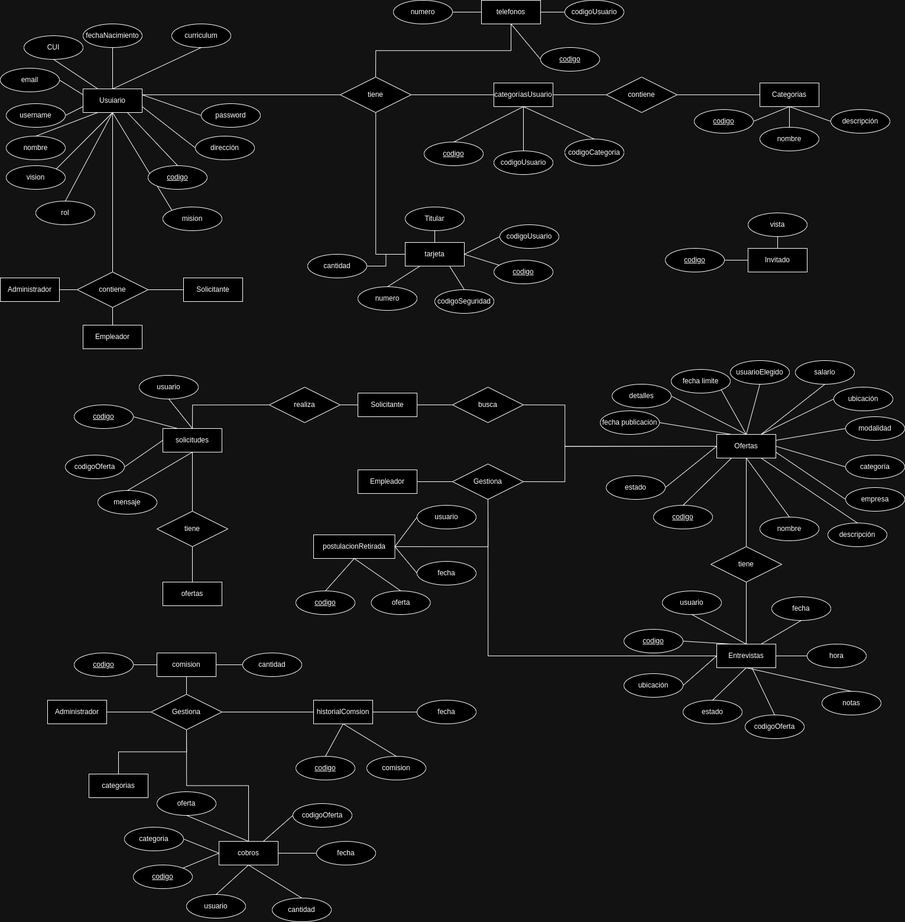
This is Base de datos.drawio.png from 117CarlosCoder/Proyecto_Final, a draw.io export, as it was before one commit. Source tidied: cells renumbered, new cells last; positions are measured from the earlier drawing's top-left corner, leaving out a move shared by most shapes.
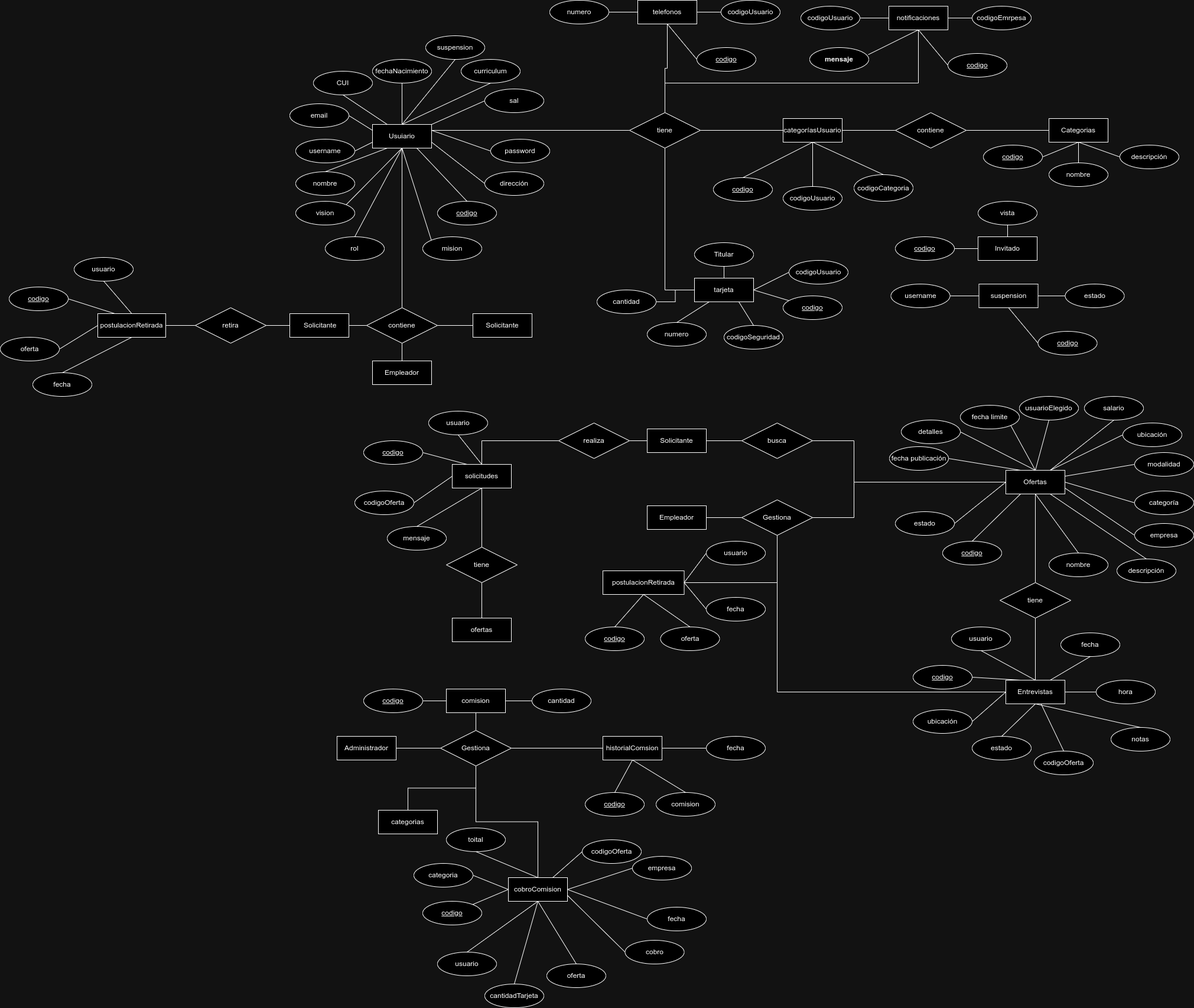
Above is the later version.

Change to the diagram source:
```diff
@@ -41,6 +41,9 @@
     <mxCell id="14" style="rounded=0;jettySize=auto;html=1;exitX=0.5;exitY=1;exitDx=0;exitDy=0;entryX=0;entryY=0;entryDx=0;entryDy=0;endArrow=none;endFill=0;" parent="1" edge="1" source="15" target="92">
       <mxGeometry relative="1" as="geometry" />
     </mxCell>
+    <mxCell id="200" style="rounded=0;jettySize=auto;html=1;exitX=1;exitY=0;exitDx=0;exitDy=0;entryX=0;entryY=0.5;entryDx=0;entryDy=0;endArrow=none;endFill=0;" parent="1" edge="1" source="15" target="201">
+      <mxGeometry relative="1" as="geometry" />
+    </mxCell>
     <mxCell id="15" value="Usuiario" style="whiteSpace=wrap;html=1;align=center;" parent="1" vertex="1">
       <mxGeometry x="140" y="150" width="100" height="40" as="geometry" />
     </mxCell>
@@ -216,10 +219,10 @@
       <mxGeometry relative="1" as="geometry" />
     </mxCell>
     <mxCell id="73" value="telefonos" style="whiteSpace=wrap;html=1;align=center;" parent="1" vertex="1">
-      <mxGeometry x="814" width="100" height="40" as="geometry" />
+      <mxGeometry x="589" y="-60" width="100" height="40" as="geometry" />
     </mxCell>
     <mxCell id="74" value="numero" style="ellipse;whiteSpace=wrap;html=1;align=center;" parent="1" vertex="1">
-      <mxGeometry x="665" width="100" height="40" as="geometry" />
+      <mxGeometry x="440" y="-60" width="100" height="40" as="geometry" />
     </mxCell>
     <mxCell id="75" style="rounded=0;jettySize=auto;html=1;exitX=0.25;exitY=0;exitDx=0;exitDy=0;entryX=1;entryY=0.5;entryDx=0;entryDy=0;endArrow=none;endFill=0;" parent="1" edge="1" source="78" target="79">
       <mxGeometry relative="1" as="geometry" />
@@ -249,10 +252,10 @@
       <mxGeometry x="835" y="440" width="100" height="40" as="geometry" />
     </mxCell>
     <mxCell id="84" value="codigo" style="ellipse;whiteSpace=wrap;html=1;align=center;fontStyle=4;" parent="1" vertex="1">
-      <mxGeometry x="914" y="80" width="100" height="40" as="geometry" />
+      <mxGeometry x="689" y="20" width="100" height="40" as="geometry" />
     </mxCell>
     <mxCell id="85" value="codigoUsuario" style="ellipse;whiteSpace=wrap;html=1;align=center;" parent="1" vertex="1">
-      <mxGeometry x="955" width="100" height="40" as="geometry" />
+      <mxGeometry x="730" y="-60" width="100" height="40" as="geometry" />
     </mxCell>
     <mxCell id="86" style="edgeStyle=orthogonalEdgeStyle;rounded=0;jettySize=auto;html=1;exitX=1;exitY=0.5;exitDx=0;exitDy=0;entryX=0;entryY=0.5;entryDx=0;entryDy=0;endArrow=none;endFill=0;" parent="1" edge="1" source="89" target="20">
       <mxGeometry relative="1" as="geometry" />
@@ -273,7 +276,7 @@
       <mxGeometry x="10" y="280" width="100" height="40" as="geometry" />
     </mxCell>
     <mxCell id="92" value="mision" style="ellipse;whiteSpace=wrap;html=1;align=center;" parent="1" vertex="1">
-      <mxGeometry x="275" y="350" width="100" height="40" as="geometry" />
+      <mxGeometry x="225" y="340" width="100" height="40" as="geometry" />
     </mxCell>
     <mxCell id="93" style="rounded=0;jettySize=auto;html=1;exitX=0.5;exitY=1;exitDx=0;exitDy=0;entryX=1;entryY=0.5;entryDx=0;entryDy=0;endArrow=none;endFill=0;" parent="1" edge="1" source="96" target="99">
       <mxGeometry relative="1" as="geometry" />
@@ -438,7 +441,7 @@
     <mxCell id="143" value="Empleador" style="whiteSpace=wrap;html=1;align=center;" parent="1" vertex="1">
       <mxGeometry x="140" y="550" width="100" height="40" as="geometry" />
     </mxCell>
-    <mxCell id="144" value="Administrador" style="whiteSpace=wrap;html=1;align=center;" parent="1" vertex="1">
+    <mxCell id="144" value="&amp;nbsp;Solicitante" style="whiteSpace=wrap;html=1;align=center;" parent="1" vertex="1">
       <mxGeometry y="470" width="100" height="40" as="geometry" />
     </mxCell>
     <mxCell id="145" style="edgeStyle=orthogonalEdgeStyle;rounded=0;jettySize=auto;html=1;exitX=1;exitY=0.5;exitDx=0;exitDy=0;entryX=0;entryY=0.5;entryDx=0;entryDy=0;endArrow=none;endFill=0;" parent="1" edge="1" source="146" target="151">
@@ -501,7 +504,7 @@
     <mxCell id="164" style="rounded=0;jettySize=auto;html=1;exitX=0.5;exitY=0;exitDx=0;exitDy=0;entryX=0.5;entryY=1;entryDx=0;entryDy=0;endArrow=none;endFill=0;" parent="1" edge="1" source="165" target="176">
       <mxGeometry relative="1" as="geometry" />
     </mxCell>
-    <mxCell id="165" value="cobros" style="whiteSpace=wrap;html=1;align=center;" parent="1" vertex="1">
+    <mxCell id="165" value="cobroComision" style="whiteSpace=wrap;html=1;align=center;" parent="1" vertex="1">
       <mxGeometry x="370" y="1424" width="100" height="40" as="geometry" />
     </mxCell>
     <mxCell id="166" style="rounded=0;jettySize=auto;html=1;entryX=0;entryY=0.5;entryDx=0;entryDy=0;endArrow=none;endFill=0;" parent="1" edge="1" source="167" target="165">
@@ -511,7 +514,7 @@
       <mxGeometry x="225" y="1464" width="100" height="40" as="geometry" />
     </mxCell>
     <mxCell id="168" value="usuario" style="ellipse;whiteSpace=wrap;html=1;align=center;" parent="1" vertex="1">
-      <mxGeometry x="315" y="1514" width="100" height="40" as="geometry" />
+      <mxGeometry x="250" y="1550" width="100" height="40" as="geometry" />
     </mxCell>
     <mxCell id="169" style="rounded=0;jettySize=auto;html=1;endArrow=none;endFill=0;exitX=0.5;exitY=0;exitDx=0;exitDy=0;entryX=0.5;entryY=1;entryDx=0;entryDy=0;" parent="1" edge="1" source="168" target="165">
       <mxGeometry relative="1" as="geometry" />
@@ -519,14 +522,14 @@
     <mxCell id="170" style="rounded=0;jettySize=auto;html=1;exitX=0.5;exitY=0;exitDx=0;exitDy=0;entryX=0.5;entryY=1;entryDx=0;entryDy=0;endArrow=none;endFill=0;" parent="1" edge="1" source="171" target="165">
       <mxGeometry relative="1" as="geometry" />
     </mxCell>
-    <mxCell id="171" value="cantidad" style="ellipse;whiteSpace=wrap;html=1;align=center;" parent="1" vertex="1">
-      <mxGeometry x="460" y="1520" width="100" height="40" as="geometry" />
+    <mxCell id="171" value="oferta" style="ellipse;whiteSpace=wrap;html=1;align=center;" parent="1" vertex="1">
+      <mxGeometry x="435" y="1570" width="100" height="40" as="geometry" />
     </mxCell>
-    <mxCell id="172" style="edgeStyle=orthogonalEdgeStyle;rounded=0;jettySize=auto;html=1;exitX=0;exitY=0.5;exitDx=0;exitDy=0;entryX=1;entryY=0.5;entryDx=0;entryDy=0;endArrow=none;endFill=0;" parent="1" edge="1" source="173" target="165">
+    <mxCell id="172" style="rounded=0;jettySize=auto;html=1;exitX=0;exitY=0.5;exitDx=0;exitDy=0;entryX=1;entryY=0.5;entryDx=0;entryDy=0;endArrow=none;endFill=0;" parent="1" edge="1" source="173" target="165">
       <mxGeometry relative="1" as="geometry" />
     </mxCell>
     <mxCell id="173" value="fecha" style="ellipse;whiteSpace=wrap;html=1;align=center;" parent="1" vertex="1">
-      <mxGeometry x="535" y="1424" width="100" height="40" as="geometry" />
+      <mxGeometry x="605" y="1474" width="100" height="40" as="geometry" />
     </mxCell>
     <mxCell id="174" value="codigoOferta" style="ellipse;whiteSpace=wrap;html=1;align=center;" parent="1" vertex="1">
       <mxGeometry x="495" y="1360" width="100" height="40" as="geometry" />
@@ -534,7 +537,7 @@
     <mxCell id="175" style="rounded=0;jettySize=auto;html=1;exitX=0;exitY=0.5;exitDx=0;exitDy=0;entryX=0.75;entryY=0;entryDx=0;entryDy=0;endArrow=none;endFill=0;" parent="1" edge="1" source="174" target="165">
       <mxGeometry relative="1" as="geometry" />
     </mxCell>
-    <mxCell id="176" value="oferta" style="ellipse;whiteSpace=wrap;html=1;align=center;" parent="1" vertex="1">
+    <mxCell id="176" value="toital" style="ellipse;whiteSpace=wrap;html=1;align=center;" parent="1" vertex="1">
       <mxGeometry x="265" y="1340" width="100" height="40" as="geometry" />
     </mxCell>
     <mxCell id="177" style="rounded=0;jettySize=auto;html=1;exitX=1;exitY=0.5;exitDx=0;exitDy=0;entryX=0;entryY=0.5;entryDx=0;entryDy=0;endArrow=none;endFill=0;" parent="1" edge="1" source="178" target="165">
@@ -544,19 +547,19 @@
       <mxGeometry x="210" y="1400" width="100" height="40" as="geometry" />
     </mxCell>
     <mxCell id="179" value="Invitado" style="whiteSpace=wrap;html=1;align=center;" parent="1" vertex="1">
-      <mxGeometry x="1265" y="420" width="100" height="40" as="geometry" />
+      <mxGeometry x="1165" y="340" width="100" height="40" as="geometry" />
     </mxCell>
     <mxCell id="180" style="rounded=0;jettySize=auto;html=1;exitX=0.5;exitY=1;exitDx=0;exitDy=0;entryX=0.5;entryY=0;entryDx=0;entryDy=0;endArrow=none;endFill=0;" parent="1" edge="1" source="181" target="179">
       <mxGeometry relative="1" as="geometry" />
     </mxCell>
     <mxCell id="181" value="vista" style="ellipse;whiteSpace=wrap;html=1;align=center;" parent="1" vertex="1">
-      <mxGeometry x="1265" y="360" width="100" height="40" as="geometry" />
+      <mxGeometry x="1165" y="280" width="100" height="40" as="geometry" />
     </mxCell>
     <mxCell id="182" style="rounded=0;jettySize=auto;html=1;exitX=1;exitY=0.5;exitDx=0;exitDy=0;entryX=0;entryY=0.5;entryDx=0;entryDy=0;endArrow=none;endFill=0;" parent="1" edge="1" source="183" target="179">
       <mxGeometry relative="1" as="geometry" />
     </mxCell>
     <mxCell id="183" value="codigo" style="ellipse;whiteSpace=wrap;html=1;align=center;fontStyle=4;" parent="1" vertex="1">
-      <mxGeometry x="1125" y="420" width="100" height="40" as="geometry" />
+      <mxGeometry x="1025" y="340" width="100" height="40" as="geometry" />
     </mxCell>
     <mxCell id="184" value="historialComsion" style="whiteSpace=wrap;html=1;align=center;" parent="1" vertex="1">
       <mxGeometry x="530" y="1185" width="100" height="40" as="geometry" />
@@ -606,5 +609,124 @@
     <mxCell id="199" value="fecha" style="ellipse;whiteSpace=wrap;html=1;align=center;" parent="1" vertex="1">
       <mxGeometry x="705" y="950" width="100" height="40" as="geometry" />
     </mxCell>
+    <mxCell id="201" value="sal" style="ellipse;whiteSpace=wrap;html=1;align=center;" parent="1" vertex="1">
+      <mxGeometry x="330" y="90" width="100" height="40" as="geometry" />
+    </mxCell>
+    <mxCell id="202" style="rounded=0;jettySize=auto;html=1;exitX=0.5;exitY=0;exitDx=0;exitDy=0;entryX=0.5;entryY=1;entryDx=0;entryDy=0;endArrow=none;endFill=0;" parent="1" edge="1" source="15" target="203">
+      <mxGeometry relative="1" as="geometry" />
+    </mxCell>
+    <mxCell id="203" value="suspension" style="ellipse;whiteSpace=wrap;html=1;align=center;" parent="1" vertex="1">
+      <mxGeometry x="230" width="100" height="40" as="geometry" />
+    </mxCell>
+    <mxCell id="204" style="rounded=0;jettySize=auto;html=1;exitX=0;exitY=0.5;exitDx=0;exitDy=0;entryX=1;entryY=0.5;entryDx=0;entryDy=0;endArrow=none;endFill=0;" parent="1" edge="1" source="207" target="208">
+      <mxGeometry relative="1" as="geometry" />
+    </mxCell>
+    <mxCell id="205" style="rounded=0;jettySize=auto;html=1;exitX=0.5;exitY=1;exitDx=0;exitDy=0;entryX=0;entryY=0.5;entryDx=0;entryDy=0;endArrow=none;endFill=0;" parent="1" edge="1" source="207" target="209">
+      <mxGeometry relative="1" as="geometry" />
+    </mxCell>
+    <mxCell id="206" style="rounded=0;jettySize=auto;html=1;exitX=1;exitY=0.5;exitDx=0;exitDy=0;entryX=0;entryY=0.5;entryDx=0;entryDy=0;endArrow=none;endFill=0;" parent="1" edge="1" source="207" target="210">
+      <mxGeometry relative="1" as="geometry" />
+    </mxCell>
+    <mxCell id="207" value="suspension" style="whiteSpace=wrap;html=1;align=center;" parent="1" vertex="1">
+      <mxGeometry x="1166.5" y="420" width="100" height="40" as="geometry" />
+    </mxCell>
+    <mxCell id="208" value="username" style="ellipse;whiteSpace=wrap;html=1;align=center;" parent="1" vertex="1">
+      <mxGeometry x="1017.5" y="420" width="100" height="40" as="geometry" />
+    </mxCell>
+    <mxCell id="209" value="codigo" style="ellipse;whiteSpace=wrap;html=1;align=center;fontStyle=4;" parent="1" vertex="1">
+      <mxGeometry x="1266.5" y="500" width="100" height="40" as="geometry" />
+    </mxCell>
+    <mxCell id="210" value="estado" style="ellipse;whiteSpace=wrap;html=1;align=center;" parent="1" vertex="1">
+      <mxGeometry x="1312.5" y="420" width="100" height="40" as="geometry" />
+    </mxCell>
+    <mxCell id="211" style="rounded=0;jettySize=auto;html=1;exitX=0;exitY=0.5;exitDx=0;exitDy=0;entryX=1;entryY=0.5;entryDx=0;entryDy=0;endArrow=none;endFill=0;" parent="1" edge="1" source="214" target="215">
+      <mxGeometry relative="1" as="geometry" />
+    </mxCell>
+    <mxCell id="212" style="rounded=0;jettySize=auto;html=1;exitX=0.5;exitY=1;exitDx=0;exitDy=0;entryX=0;entryY=0.5;entryDx=0;entryDy=0;endArrow=none;endFill=0;" parent="1" edge="1" source="214" target="216">
+      <mxGeometry relative="1" as="geometry" />
+    </mxCell>
+    <mxCell id="213" style="rounded=0;jettySize=auto;html=1;exitX=1;exitY=0.5;exitDx=0;exitDy=0;entryX=0;entryY=0.5;entryDx=0;entryDy=0;endArrow=none;endFill=0;" parent="1" edge="1" source="214" target="217">
+      <mxGeometry relative="1" as="geometry" />
+    </mxCell>
+    <mxCell id="214" value="notificaciones" style="whiteSpace=wrap;html=1;align=center;" parent="1" vertex="1">
+      <mxGeometry x="1014" y="-50" width="100" height="40" as="geometry" />
+    </mxCell>
+    <mxCell id="215" value="codigoUsuario" style="ellipse;whiteSpace=wrap;html=1;align=center;" parent="1" vertex="1">
+      <mxGeometry x="865" y="-50" width="100" height="40" as="geometry" />
+    </mxCell>
+    <mxCell id="216" value="codigo" style="ellipse;whiteSpace=wrap;html=1;align=center;fontStyle=4;" parent="1" vertex="1">
+      <mxGeometry x="1114" y="30" width="100" height="40" as="geometry" />
+    </mxCell>
+    <mxCell id="217" value="codigoEmrpesa" style="ellipse;whiteSpace=wrap;html=1;align=center;" parent="1" vertex="1">
+      <mxGeometry x="1155" y="-50" width="100" height="40" as="geometry" />
+    </mxCell>
+    <mxCell id="218" value="mensaje" style="ellipse;whiteSpace=wrap;html=1;align=center;fontStyle=1;" parent="1" vertex="1">
+      <mxGeometry x="880" y="20" width="100" height="40" as="geometry" />
+    </mxCell>
+    <mxCell id="219" style="rounded=0;jettySize=auto;html=1;exitX=0.5;exitY=1;exitDx=0;exitDy=0;entryX=0.99;entryY=0.3;entryDx=0;entryDy=0;endArrow=none;endFill=0;entryPerimeter=0;" parent="1" edge="1" source="214" target="218">
+      <mxGeometry relative="1" as="geometry" />
+    </mxCell>
+    <mxCell id="220" style="rounded=0;jettySize=auto;html=1;exitX=0.5;exitY=0;exitDx=0;exitDy=0;entryX=0.5;entryY=1;entryDx=0;entryDy=0;edgeStyle=orthogonalEdgeStyle;endArrow=none;endFill=0;" parent="1" edge="1" source="89" target="214">
+      <mxGeometry relative="1" as="geometry">
+        <Array as="points">
+          <mxPoint x="635" y="80" />
+          <mxPoint x="1064" y="80" />
+        </Array>
+      </mxGeometry>
+    </mxCell>
+    <mxCell id="221" value="cobro" style="ellipse;whiteSpace=wrap;html=1;align=center;" parent="1" vertex="1">
+      <mxGeometry x="567.5" y="1530" width="100" height="40" as="geometry" />
+    </mxCell>
+    <mxCell id="222" style="rounded=0;jettySize=auto;html=1;exitX=0;exitY=0.5;exitDx=0;exitDy=0;entryX=1;entryY=0.75;entryDx=0;entryDy=0;endArrow=none;endFill=0;" parent="1" edge="1" source="221" target="165">
+      <mxGeometry relative="1" as="geometry" />
+    </mxCell>
+    <mxCell id="223" value="empresa" style="ellipse;whiteSpace=wrap;html=1;align=center;" parent="1" vertex="1">
+      <mxGeometry x="580" y="1388" width="100" height="40" as="geometry" />
+    </mxCell>
+    <mxCell id="224" style="rounded=0;jettySize=auto;html=1;exitX=0;exitY=0.5;exitDx=0;exitDy=0;entryX=1;entryY=0.5;entryDx=0;entryDy=0;endArrow=none;endFill=0;" parent="1" edge="1" source="223" target="165">
+      <mxGeometry relative="1" as="geometry" />
+    </mxCell>
+    <mxCell id="225" value="cantidadTarjeta" style="ellipse;whiteSpace=wrap;html=1;align=center;" parent="1" vertex="1">
+      <mxGeometry x="330" y="1604" width="100" height="40" as="geometry" />
+    </mxCell>
+    <mxCell id="226" style="rounded=0;jettySize=auto;html=1;endArrow=none;endFill=0;exitX=0.5;exitY=0;exitDx=0;exitDy=0;entryX=0.5;entryY=1;entryDx=0;entryDy=0;" parent="1" edge="1" source="225" target="165">
+      <mxGeometry relative="1" as="geometry" />
+    </mxCell>
+    <mxCell id="227" style="rounded=0;jettySize=auto;html=1;exitX=0.25;exitY=0;exitDx=0;exitDy=0;entryX=1;entryY=0.5;entryDx=0;entryDy=0;endArrow=none;endFill=0;" parent="1" edge="1" source="230" target="231">
+      <mxGeometry relative="1" as="geometry" />
+    </mxCell>
+    <mxCell id="228" style="rounded=0;jettySize=auto;html=1;exitX=0.5;exitY=0;exitDx=0;exitDy=0;entryX=0.5;entryY=1;entryDx=0;entryDy=0;endArrow=none;endFill=0;" parent="1" edge="1" source="230" target="232">
+      <mxGeometry relative="1" as="geometry" />
+    </mxCell>
+    <mxCell id="229" style="rounded=0;jettySize=auto;html=1;exitX=0.5;exitY=1;exitDx=0;exitDy=0;entryX=0.5;entryY=0;entryDx=0;entryDy=0;endArrow=none;endFill=0;" parent="1" edge="1" source="230" target="233">
+      <mxGeometry relative="1" as="geometry" />
+    </mxCell>
+    <mxCell id="230" value="postulacionRetirada" style="whiteSpace=wrap;html=1;align=center;" parent="1" vertex="1">
+      <mxGeometry x="-325" y="470" width="115" height="40" as="geometry" />
+    </mxCell>
+    <mxCell id="231" value="codigo" style="ellipse;whiteSpace=wrap;html=1;align=center;fontStyle=4;" parent="1" vertex="1">
+      <mxGeometry x="-475" y="425" width="100" height="40" as="geometry" />
+    </mxCell>
+    <mxCell id="232" value="usuario" style="ellipse;whiteSpace=wrap;html=1;align=center;" parent="1" vertex="1">
+      <mxGeometry x="-365" y="375" width="100" height="40" as="geometry" />
+    </mxCell>
+    <mxCell id="233" value="fecha" style="ellipse;whiteSpace=wrap;html=1;align=center;" parent="1" vertex="1">
+      <mxGeometry x="-435" y="570" width="100" height="40" as="geometry" />
+    </mxCell>
+    <mxCell id="234" style="rounded=0;jettySize=auto;html=1;exitX=1;exitY=0.5;exitDx=0;exitDy=0;entryX=0;entryY=0.5;entryDx=0;entryDy=0;endArrow=none;endFill=0;" parent="1" edge="1" source="235" target="230">
+      <mxGeometry relative="1" as="geometry" />
+    </mxCell>
+    <mxCell id="235" value="oferta" style="ellipse;whiteSpace=wrap;html=1;align=center;" parent="1" vertex="1">
+      <mxGeometry x="-490" y="510" width="100" height="40" as="geometry" />
+    </mxCell>
+    <mxCell id="236" value="retira" style="shape=rhombus;perimeter=rhombusPerimeter;whiteSpace=wrap;html=1;align=center;" parent="1" vertex="1">
+      <mxGeometry x="-160" y="460" width="120" height="60" as="geometry" />
+    </mxCell>
+    <mxCell id="237" style="edgeStyle=orthogonalEdgeStyle;rounded=0;jettySize=auto;html=1;exitX=0;exitY=0.5;exitDx=0;exitDy=0;entryX=1;entryY=0.5;entryDx=0;entryDy=0;endArrow=none;endFill=0;" parent="1" edge="1" source="144" target="236">
+      <mxGeometry relative="1" as="geometry" />
+    </mxCell>
+    <mxCell id="238" style="edgeStyle=orthogonalEdgeStyle;rounded=0;jettySize=auto;html=1;exitX=0;exitY=0.5;exitDx=0;exitDy=0;entryX=1;entryY=0.5;entryDx=0;entryDy=0;endArrow=none;endFill=0;fontStyle=1;" parent="1" edge="1" source="236" target="230">
+      <mxGeometry relative="1" as="geometry" />
+    </mxCell>
   </root>
 </mxGraphModel>
```
